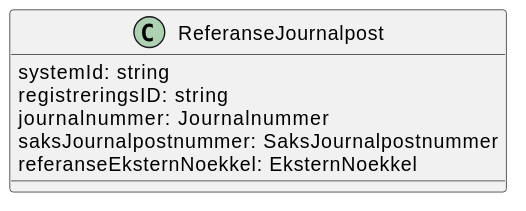
Before: Dokumentasjon/V1/ClassDiagrams/no.ks.fiks.saksfaser.v1.felles.referansejournalpost/classdiagram.svg, a diagram exported from PlantUML (ks-no/fiks-saksfaser-specification). Source of this version:
```plantuml
@startuml
class ReferanseJournalpost {
    systemId: string
    registreringsID: string
    journalnummer: Journalnummer
    saksJournalpostnummer: SaksJournalpostnummer
    referanseEksternNoekkel: EksternNoekkel
}
@enduml
```
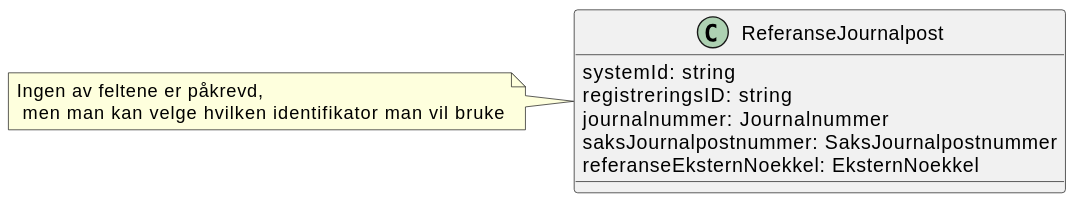
After the commit.

Change to the diagram source:
```diff
@@ -6,4 +6,9 @@
     saksJournalpostnummer: SaksJournalpostnummer
     referanseEksternNoekkel: EksternNoekkel
 }
+
+note left of ReferanseJournalpost {
+    Ingen av feltene er påkrevd,
+     men man kan velge hvilken identifikator man vil bruke
+}
 @enduml
```
